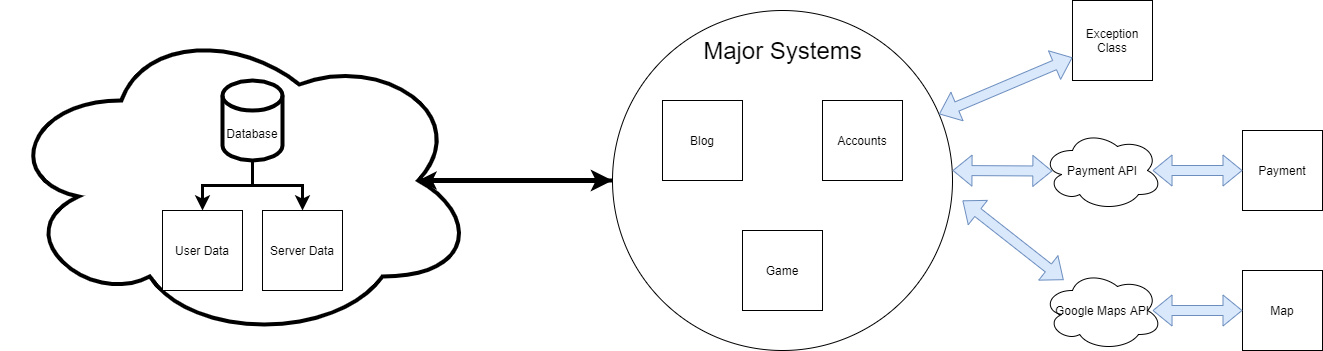
Before: Deliverables/Week_4/High_Level_Architecture.png, a diagram exported from draw.io (Hanandrof/Group-3-Repository). Source tidied: cells renumbered, new cells last; positions are measured from the earlier drawing's top-left corner, leaving out a move shared by most shapes. Source of this version:
```xml
<mxGraphModel background="#ffffff">
  <root>
    <mxCell id="0" />
    <mxCell id="1" parent="0" />
    <mxCell id="2" style="edgeStyle=orthogonalEdgeStyle;rounded=0;jettySize=auto;html=1;entryX=0;entryY=0.5;entryDx=0;entryDy=0;strokeWidth=5;exitX=0.875;exitY=0.5;exitDx=0;exitDy=0;exitPerimeter=0;" parent="1" edge="1" source="3" target="5">
      <mxGeometry relative="1" as="geometry" />
    </mxCell>
    <mxCell id="3" style="ellipse;shape=cloud;whiteSpace=wrap;html=1;strokeWidth=4;" parent="1" vertex="1">
      <mxGeometry y="20" width="475" height="320" as="geometry" />
    </mxCell>
    <mxCell id="4" style="edgeStyle=orthogonalEdgeStyle;rounded=0;jettySize=auto;html=1;entryX=0.875;entryY=0.5;entryDx=0;entryDy=0;entryPerimeter=0;strokeWidth=4;" parent="1" edge="1" source="5" target="3">
      <mxGeometry relative="1" as="geometry" />
    </mxCell>
    <mxCell id="5" style="ellipse;whiteSpace=wrap;html=1;" parent="1" vertex="1">
      <mxGeometry x="610" y="10" width="340" height="340" as="geometry" />
    </mxCell>
    <mxCell id="6" value="Game" style="rounded=0;whiteSpace=wrap;html=1;" parent="1" vertex="1">
      <mxGeometry x="740" y="230" width="80" height="80" as="geometry" />
    </mxCell>
    <mxCell id="7" value="Payment" style="rounded=0;whiteSpace=wrap;html=1;" parent="1" vertex="1">
      <mxGeometry x="1240" y="130" width="80" height="80" as="geometry" />
    </mxCell>
    <mxCell id="8" value="&lt;font style=&quot;font-size: 24px&quot;&gt;Major Systems&lt;/font&gt;" style="text;html=1;align=center;verticalAlign=middle;strokeWidth=4;" parent="1" vertex="1">
      <mxGeometry x="695" y="40" width="170" height="20" as="geometry" />
    </mxCell>
    <mxCell id="9" value="Blog" style="rounded=0;whiteSpace=wrap;html=1;" parent="1" vertex="1">
      <mxGeometry x="660" y="100" width="80" height="80" as="geometry" />
    </mxCell>
    <mxCell id="10" value="Map" style="rounded=0;whiteSpace=wrap;html=1;" parent="1" vertex="1">
      <mxGeometry x="1240" y="270" width="80" height="80" as="geometry" />
    </mxCell>
    <mxCell id="11" value="User Data" style="rounded=0;whiteSpace=wrap;html=1;" parent="1" vertex="1">
      <mxGeometry x="160" y="210" width="80" height="80" as="geometry" />
    </mxCell>
    <mxCell id="12" value="Server Data" style="rounded=0;whiteSpace=wrap;html=1;" parent="1" vertex="1">
      <mxGeometry x="260" y="210" width="80" height="80" as="geometry" />
    </mxCell>
    <mxCell id="13" value="Exception Class" style="whiteSpace=wrap;html=1;" parent="1" vertex="1">
      <mxGeometry x="1070" width="80" height="80" as="geometry" />
    </mxCell>
    <mxCell id="14" value="Accounts" style="rounded=0;whiteSpace=wrap;html=1;" parent="1" vertex="1">
      <mxGeometry x="820" y="100" width="80" height="80" as="geometry" />
    </mxCell>
    <mxCell id="15" style="edgeStyle=orthogonalEdgeStyle;rounded=0;jettySize=auto;html=1;entryX=0.5;entryY=0;entryDx=0;entryDy=0;strokeWidth=3;" parent="1" edge="1" source="17" target="11">
      <mxGeometry relative="1" as="geometry" />
    </mxCell>
    <mxCell id="16" style="edgeStyle=orthogonalEdgeStyle;rounded=0;jettySize=auto;html=1;entryX=0.5;entryY=0;entryDx=0;entryDy=0;strokeWidth=3;" parent="1" edge="1" source="17" target="12">
      <mxGeometry relative="1" as="geometry" />
    </mxCell>
    <mxCell id="17" value="Database" style="shape=cylinder3;whiteSpace=wrap;html=1;boundedLbl=1;backgroundOutline=1;size=15;strokeWidth=4;" parent="1" vertex="1">
      <mxGeometry x="220" y="80" width="60" height="80" as="geometry" />
    </mxCell>
    <mxCell id="18" value="Payment API" style="ellipse;shape=cloud;whiteSpace=wrap;html=1;" parent="1" vertex="1">
      <mxGeometry x="1040" y="130" width="120" height="80" as="geometry" />
    </mxCell>
    <mxCell id="19" style="shape=flexArrow;endArrow=classic;startArrow=classic;html=1;exitX=0.917;exitY=0.5;exitDx=0;exitDy=0;exitPerimeter=0;fillColor=#dae8fc;strokeColor=#6c8ebf;" parent="1" edge="1" source="18" target="7">
      <mxGeometry relative="1" as="geometry" />
    </mxCell>
    <mxCell id="20" style="shape=flexArrow;endArrow=classic;startArrow=classic;html=1;entryX=0.082;entryY=0.507;entryDx=0;entryDy=0;entryPerimeter=0;fillColor=#dae8fc;strokeColor=#6c8ebf;" parent="1" edge="1" target="18">
      <mxGeometry relative="1" as="geometry">
        <mxPoint x="950" y="170" as="sourcePoint" />
      </mxGeometry>
    </mxCell>
    <mxCell id="21" value="Google Maps API" style="ellipse;shape=cloud;whiteSpace=wrap;html=1;" parent="1" vertex="1">
      <mxGeometry x="1040" y="270" width="120" height="80" as="geometry" />
    </mxCell>
    <mxCell id="22" style="shape=flexArrow;endArrow=classic;startArrow=classic;html=1;fillColor=#dae8fc;strokeColor=#6c8ebf;" parent="1" edge="1" target="21">
      <mxGeometry relative="1" as="geometry">
        <mxPoint x="960" y="200" as="sourcePoint" />
      </mxGeometry>
    </mxCell>
    <mxCell id="23" style="shape=flexArrow;endArrow=classic;startArrow=classic;html=1;exitX=0.917;exitY=0.5;exitDx=0;exitDy=0;exitPerimeter=0;fillColor=#dae8fc;strokeColor=#6c8ebf;" parent="1" edge="1">
      <mxGeometry relative="1" as="geometry">
        <mxPoint x="1150" y="310" as="sourcePoint" />
        <mxPoint x="1240" y="310" as="targetPoint" />
      </mxGeometry>
    </mxCell>
    <mxCell id="24" style="shape=flexArrow;endArrow=classic;startArrow=classic;html=1;fillColor=#dae8fc;strokeColor=#6c8ebf;" parent="1" edge="1" source="5" target="13">
      <mxGeometry relative="1" as="geometry" />
    </mxCell>
  </root>
</mxGraphModel>
```
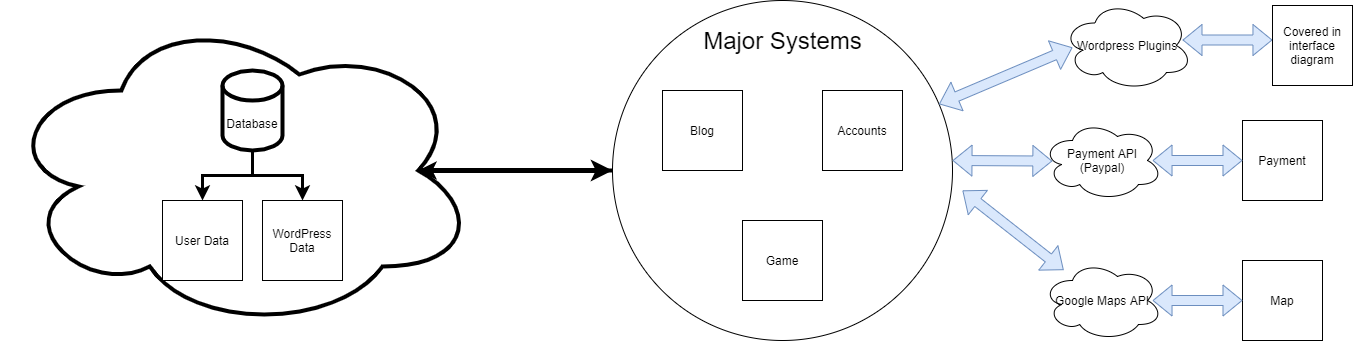
The same file after the commit.

The edit, as a diff of the source:
```diff
@@ -32,12 +32,9 @@
     <mxCell id="11" value="User Data" style="rounded=0;whiteSpace=wrap;html=1;" parent="1" vertex="1">
       <mxGeometry x="160" y="210" width="80" height="80" as="geometry" />
     </mxCell>
-    <mxCell id="12" value="Server Data" style="rounded=0;whiteSpace=wrap;html=1;" parent="1" vertex="1">
+    <mxCell id="12" value="WordPress Data" style="rounded=0;whiteSpace=wrap;html=1;" parent="1" vertex="1">
       <mxGeometry x="260" y="210" width="80" height="80" as="geometry" />
     </mxCell>
-    <mxCell id="13" value="Exception Class" style="whiteSpace=wrap;html=1;" parent="1" vertex="1">
-      <mxGeometry x="1070" width="80" height="80" as="geometry" />
-    </mxCell>
     <mxCell id="14" value="Accounts" style="rounded=0;whiteSpace=wrap;html=1;" parent="1" vertex="1">
       <mxGeometry x="820" y="100" width="80" height="80" as="geometry" />
     </mxCell>
@@ -50,7 +47,7 @@
     <mxCell id="17" value="Database" style="shape=cylinder3;whiteSpace=wrap;html=1;boundedLbl=1;backgroundOutline=1;size=15;strokeWidth=4;" parent="1" vertex="1">
       <mxGeometry x="220" y="80" width="60" height="80" as="geometry" />
     </mxCell>
-    <mxCell id="18" value="Payment API" style="ellipse;shape=cloud;whiteSpace=wrap;html=1;" parent="1" vertex="1">
+    <mxCell id="18" value="Payment API (Paypal)" style="ellipse;shape=cloud;whiteSpace=wrap;html=1;" parent="1" vertex="1">
       <mxGeometry x="1040" y="130" width="120" height="80" as="geometry" />
     </mxCell>
     <mxCell id="19" style="shape=flexArrow;endArrow=classic;startArrow=classic;html=1;exitX=0.917;exitY=0.5;exitDx=0;exitDy=0;exitPerimeter=0;fillColor=#dae8fc;strokeColor=#6c8ebf;" parent="1" edge="1" source="18" target="7">
@@ -75,8 +72,22 @@
         <mxPoint x="1240" y="310" as="targetPoint" />
       </mxGeometry>
     </mxCell>
-    <mxCell id="24" style="shape=flexArrow;endArrow=classic;startArrow=classic;html=1;fillColor=#dae8fc;strokeColor=#6c8ebf;" parent="1" edge="1" source="5" target="13">
-      <mxGeometry relative="1" as="geometry" />
+    <mxCell id="24" style="shape=flexArrow;endArrow=classic;startArrow=classic;html=1;fillColor=#dae8fc;strokeColor=#6c8ebf;" parent="1" edge="1" source="5">
+      <mxGeometry relative="1" as="geometry">
+        <mxPoint x="1070" y="57" as="targetPoint" />
+      </mxGeometry>
     </mxCell>
+    <mxCell id="25" value="Wordpress Plugins" style="ellipse;shape=cloud;whiteSpace=wrap;html=1;" parent="1" vertex="1">
+      <mxGeometry x="1060" y="10" width="130" height="90" as="geometry" />
+    </mxCell>
+    <mxCell id="26" style="shape=flexArrow;endArrow=classic;startArrow=classic;html=1;exitX=0.917;exitY=0.5;exitDx=0;exitDy=0;exitPerimeter=0;fillColor=#dae8fc;strokeColor=#6c8ebf;" parent="1" edge="1">
+      <mxGeometry relative="1" as="geometry">
+        <mxPoint x="1180" y="49.5" as="sourcePoint" />
+        <mxPoint x="1270" y="49.5" as="targetPoint" />
+      </mxGeometry>
+    </mxCell>
+    <mxCell id="27" value="Covered in interface diagram" style="rounded=0;whiteSpace=wrap;html=1;" parent="1" vertex="1">
+      <mxGeometry x="1270" y="15" width="80" height="80" as="geometry" />
+    </mxCell>
   </root>
 </mxGraphModel>
```
